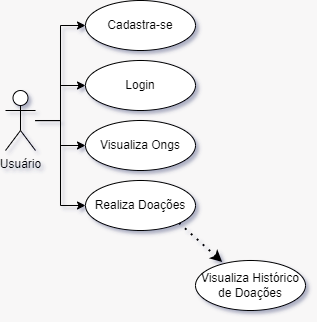
mvitoriasuz/PI-ArrecadaAraras keeps this draw.io diagram as diagramas/Diagrama_Caso_de_Uso_Usuário.png. Above is the earlier version. Source tidied: cells renumbered, new cells last; positions are measured from the earlier drawing's top-left corner, leaving out a move shared by most shapes. Its diagram source:
```xml
<mxGraphModel background="#f8f7f7" shadow="1">
  <root>
    <mxCell id="0" />
    <mxCell id="1" parent="0" />
    <mxCell id="2" style="edgeStyle=orthogonalEdgeStyle;rounded=0;jettySize=auto;html=1;entryX=0;entryY=0.5;entryDx=0;entryDy=0;" parent="1" edge="1" source="6" target="7">
      <mxGeometry relative="1" as="geometry" />
    </mxCell>
    <mxCell id="3" style="edgeStyle=orthogonalEdgeStyle;rounded=0;jettySize=auto;html=1;" parent="1" edge="1" source="6" target="8">
      <mxGeometry relative="1" as="geometry" />
    </mxCell>
    <mxCell id="4" style="edgeStyle=orthogonalEdgeStyle;rounded=0;jettySize=auto;html=1;" parent="1" edge="1" source="6" target="9">
      <mxGeometry relative="1" as="geometry" />
    </mxCell>
    <mxCell id="5" style="edgeStyle=orthogonalEdgeStyle;rounded=0;jettySize=auto;html=1;entryX=0;entryY=0.5;entryDx=0;entryDy=0;" parent="1" edge="1" source="6" target="10">
      <mxGeometry relative="1" as="geometry" />
    </mxCell>
    <mxCell id="6" value="Usuário" style="shape=umlActor;verticalLabelPosition=bottom;verticalAlign=top;html=1;" parent="1" vertex="1">
      <mxGeometry y="90" width="30" height="60" as="geometry" />
    </mxCell>
    <mxCell id="7" value="Cadastra-se" style="ellipse;whiteSpace=wrap;html=1;" parent="1" vertex="1">
      <mxGeometry x="80" width="110" height="50" as="geometry" />
    </mxCell>
    <mxCell id="8" value="Login" style="ellipse;whiteSpace=wrap;html=1;" parent="1" vertex="1">
      <mxGeometry x="80" y="60" width="110" height="50" as="geometry" />
    </mxCell>
    <mxCell id="9" value="Visualiza Ongs" style="ellipse;whiteSpace=wrap;html=1;" parent="1" vertex="1">
      <mxGeometry x="80" y="120" width="110" height="50" as="geometry" />
    </mxCell>
    <mxCell id="10" value="Realiza Doações" style="ellipse;whiteSpace=wrap;html=1;" parent="1" vertex="1">
      <mxGeometry x="80" y="180" width="110" height="50" as="geometry" />
    </mxCell>
    <mxCell id="11" value="Visualiza Histórico de Doações" style="ellipse;whiteSpace=wrap;html=1;" parent="1" vertex="1">
      <mxGeometry x="190" y="260" width="110" height="50" as="geometry" />
    </mxCell>
    <mxCell id="12" style="endArrow=none;dashed=1;html=1;dashPattern=1 3;strokeWidth=2;rounded=0;entryX=1;entryY=1;entryDx=0;entryDy=0;exitX=0.243;exitY=0.029;exitDx=0;exitDy=0;startArrow=classic;startFill=1;exitPerimeter=0;" parent="1" edge="1" source="11" target="10">
      <mxGeometry relative="1" as="geometry" />
    </mxCell>
  </root>
</mxGraphModel>
```
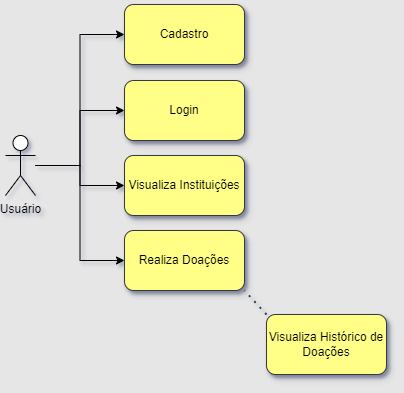
After the commit.

Commit message:
Inclusão de Especificação de Requisito de Software v1 e Correção de Diagrama de Caso de Uso e de Atividade

What changed in the source:
```diff
@@ -1,39 +1,39 @@
-<mxGraphModel background="#f8f7f7" shadow="1">
+<mxGraphModel background="#E6E6E6" shadow="1">
   <root>
     <mxCell id="0" />
     <mxCell id="1" parent="0" />
-    <mxCell id="2" style="edgeStyle=orthogonalEdgeStyle;rounded=0;jettySize=auto;html=1;entryX=0;entryY=0.5;entryDx=0;entryDy=0;" parent="1" edge="1" source="6" target="7">
-      <mxGeometry relative="1" as="geometry" />
-    </mxCell>
-    <mxCell id="3" style="edgeStyle=orthogonalEdgeStyle;rounded=0;jettySize=auto;html=1;" parent="1" edge="1" source="6" target="8">
-      <mxGeometry relative="1" as="geometry" />
-    </mxCell>
-    <mxCell id="4" style="edgeStyle=orthogonalEdgeStyle;rounded=0;jettySize=auto;html=1;" parent="1" edge="1" source="6" target="9">
-      <mxGeometry relative="1" as="geometry" />
-    </mxCell>
-    <mxCell id="5" style="edgeStyle=orthogonalEdgeStyle;rounded=0;jettySize=auto;html=1;entryX=0;entryY=0.5;entryDx=0;entryDy=0;" parent="1" edge="1" source="6" target="10">
-      <mxGeometry relative="1" as="geometry" />
-    </mxCell>
-    <mxCell id="6" value="Usuário" style="shape=umlActor;verticalLabelPosition=bottom;verticalAlign=top;html=1;" parent="1" vertex="1">
-      <mxGeometry y="90" width="30" height="60" as="geometry" />
-    </mxCell>
-    <mxCell id="7" value="Cadastra-se" style="ellipse;whiteSpace=wrap;html=1;" parent="1" vertex="1">
-      <mxGeometry x="80" width="110" height="50" as="geometry" />
-    </mxCell>
-    <mxCell id="8" value="Login" style="ellipse;whiteSpace=wrap;html=1;" parent="1" vertex="1">
-      <mxGeometry x="80" y="60" width="110" height="50" as="geometry" />
+    <mxCell id="8" value="Login" style="rounded=1;whiteSpace=wrap;html=1;fillColor=#ffff88;strokeColor=#36393d;shadow=1;" parent="1" vertex="1">
+      <mxGeometry x="650" y="10" width="120" height="60" as="geometry" />
     </mxCell>
-    <mxCell id="9" value="Visualiza Ongs" style="ellipse;whiteSpace=wrap;html=1;" parent="1" vertex="1">
-      <mxGeometry x="80" y="120" width="110" height="50" as="geometry" />
-    </mxCell>
+    <mxCell id="13" value="Visualiza Instituições" style="rounded=1;whiteSpace=wrap;html=1;fillColor=#ffff88;strokeColor=#36393d;shadow=1;" parent="1" vertex="1">
+      <mxGeometry x="650" y="85" width="120" height="60" as="geometry" />
+    </mxCell>
-    <mxCell id="10" value="Realiza Doações" style="ellipse;whiteSpace=wrap;html=1;" parent="1" vertex="1">
-      <mxGeometry x="80" y="180" width="110" height="50" as="geometry" />
+    <mxCell id="10" value="Realiza Doações" style="rounded=1;whiteSpace=wrap;html=1;fillColor=#ffff88;strokeColor=#36393d;shadow=1;" parent="1" vertex="1">
+      <mxGeometry x="650" y="160" width="120" height="60" as="geometry" />
     </mxCell>
-    <mxCell id="11" value="Visualiza Histórico de Doações" style="ellipse;whiteSpace=wrap;html=1;" parent="1" vertex="1">
-      <mxGeometry x="190" y="260" width="110" height="50" as="geometry" />
+    <mxCell id="11" value="Visualiza Histórico de Doações" style="rounded=1;whiteSpace=wrap;html=1;fillColor=#ffff88;strokeColor=#36393d;shadow=1;" parent="1" vertex="1">
+      <mxGeometry x="792" y="244" width="120" height="60" as="geometry" />
     </mxCell>
-    <mxCell id="12" style="endArrow=none;dashed=1;html=1;dashPattern=1 3;strokeWidth=2;rounded=0;entryX=1;entryY=1;entryDx=0;entryDy=0;exitX=0.243;exitY=0.029;exitDx=0;exitDy=0;startArrow=classic;startFill=1;exitPerimeter=0;" parent="1" edge="1" source="11" target="10">
+    <mxCell id="12" style="endArrow=none;dashed=1;html=1;dashPattern=1 3;strokeWidth=2;rounded=0;entryX=1;entryY=1;entryDx=0;entryDy=0;exitX=0;exitY=0;exitDx=0;exitDy=0;fillColor=#ffff88;strokeColor=#36393d;" parent="1" edge="1" source="11" target="10">
       <mxGeometry relative="1" as="geometry" />
     </mxCell>
+    <mxCell id="14" value="Cadastro" style="rounded=1;whiteSpace=wrap;html=1;fillColor=#ffff88;strokeColor=#36393d;shadow=1;glass=0;" parent="1" vertex="1">
+      <mxGeometry x="650" y="-66" width="120" height="60" as="geometry" />
+    </mxCell>
+    <mxCell id="15" style="edgeStyle=orthogonalEdgeStyle;rounded=0;jettySize=auto;html=1;entryX=0;entryY=0.5;entryDx=0;entryDy=0;" parent="1" edge="1" source="6" target="14">
+      <mxGeometry relative="1" as="geometry" />
+    </mxCell>
+    <mxCell id="3" style="edgeStyle=orthogonalEdgeStyle;rounded=0;jettySize=auto;html=1;" parent="1" edge="1" source="6" target="8">
+      <mxGeometry relative="1" as="geometry" />
+    </mxCell>
+    <mxCell id="16" style="edgeStyle=orthogonalEdgeStyle;rounded=0;jettySize=auto;html=1;" parent="1" edge="1" source="6" target="13">
+      <mxGeometry relative="1" as="geometry" />
+    </mxCell>
+    <mxCell id="5" style="edgeStyle=orthogonalEdgeStyle;rounded=0;jettySize=auto;html=1;entryX=0;entryY=0.5;entryDx=0;entryDy=0;" parent="1" edge="1" source="6" target="10">
+      <mxGeometry relative="1" as="geometry" />
+    </mxCell>
+    <mxCell id="6" value="Usuário" style="shape=umlActor;verticalLabelPosition=bottom;verticalAlign=top;html=1;outlineConnect=0;" parent="1" vertex="1">
+      <mxGeometry x="531" y="65" width="30" height="60" as="geometry" />
+    </mxCell>
   </root>
 </mxGraphModel>
```
